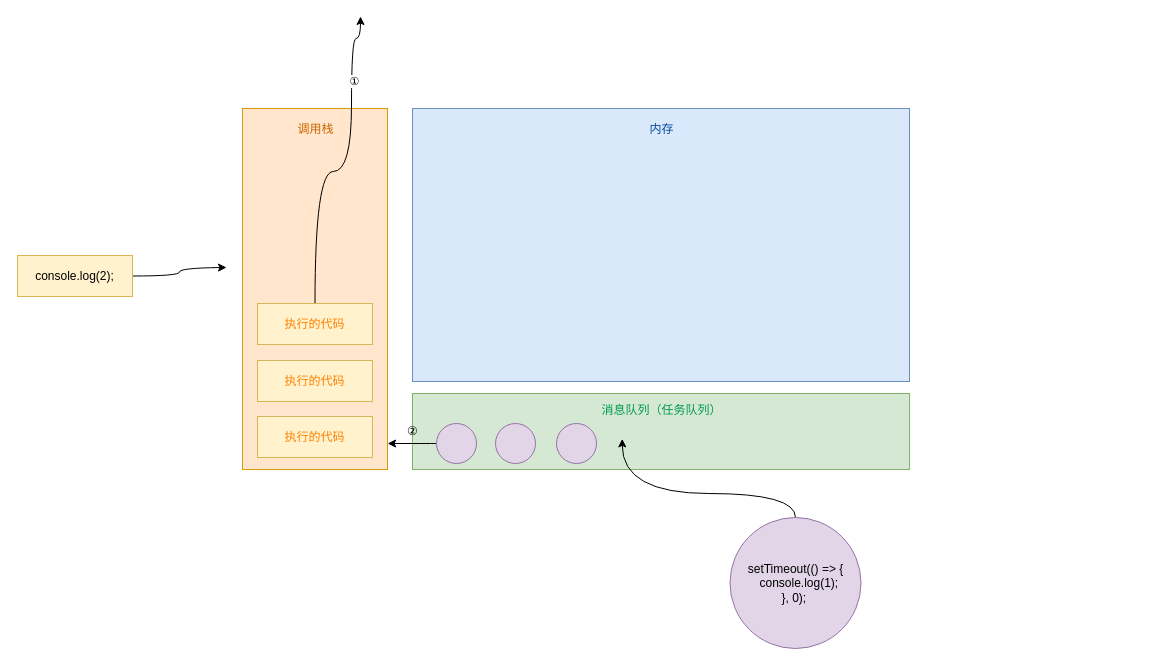
Earlier version of the draw.io diagram javascript/事件循环.drawio (WeiXinao/diagram). Source tidied: cells renumbered, new cells numbered last; positions are measured from the earlier drawing's top-left corner, leaving out a move shared by most shapes. Both pictures are drawn from the tidied source at 100%, with x=0, y=0 at pixel (17, 16).
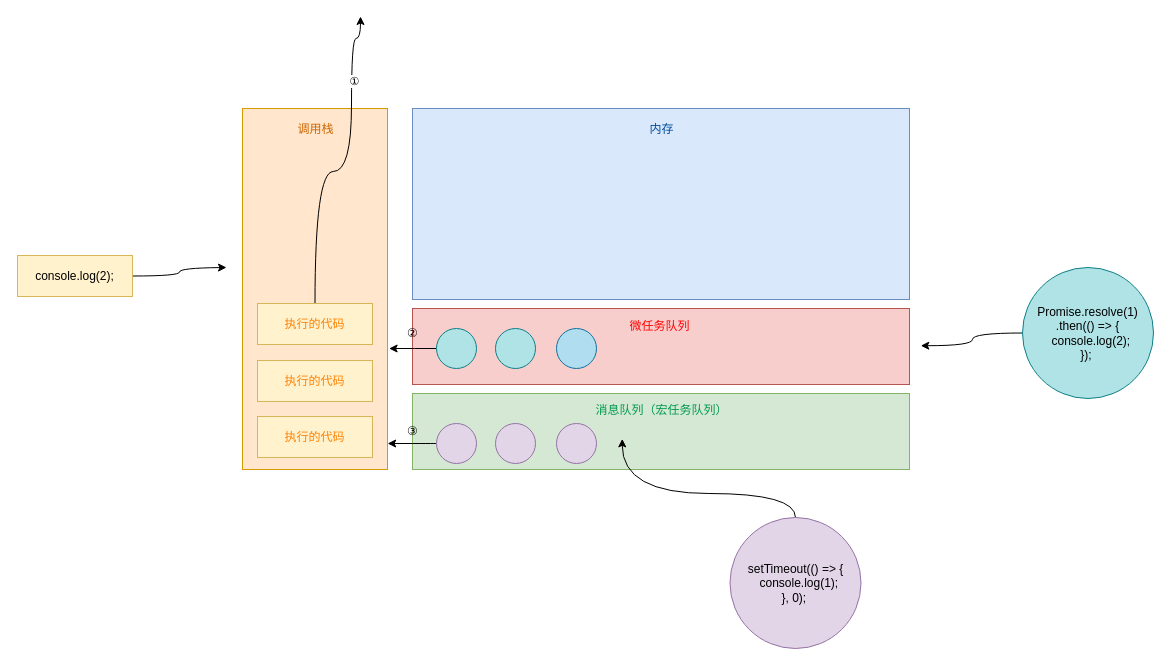
The same diagram, later.

Commit message (it also covers changes not shown here):
更新事件循环.drawio

Diff of the diagram source:
```diff
@@
     <mxCell id="4" style="whiteSpace=wrap;html=1;fillColor=#dae8fc;strokeColor=#6c8ebf;" parent="1" vertex="1">
-      <mxGeometry x="395" y="92" width="497" height="273" as="geometry" />
+      <mxGeometry x="395" y="92" width="497" height="191" as="geometry" />
     </mxCell>
@@
-    <mxCell id="12" value="消息队列（任务队列）" style="text;html=1;align=center;verticalAlign=middle;strokeColor=none;fillColor=none;fontColor=#00994D;" parent="1" vertex="1">
-      <mxGeometry x="574.5" y="381" width="138" height="26" as="geometry" />
+    <mxCell id="12" value="消息队列（宏任务队列）" style="text;html=1;align=center;verticalAlign=middle;strokeColor=none;fillColor=none;fontColor=#00994D;" parent="1" vertex="1">
+      <mxGeometry x="568.5" y="381" width="150" height="26" as="geometry" />
     </mxCell>
@@
-    <mxCell id="17" value="②" style="text;strokeColor=none;align=center;fillColor=none;html=1;verticalAlign=middle;whiteSpace=wrap;rounded=0;" parent="1" vertex="1">
+    <mxCell id="17" value="③" style="text;strokeColor=none;align=center;fillColor=none;html=1;verticalAlign=middle;whiteSpace=wrap;rounded=0;" parent="1" vertex="1">
       <mxGeometry x="377" y="403.5" width="37" height="23" as="geometry" />
     </mxCell>
@@
+    <mxCell id="22" style="whiteSpace=wrap;html=1;fillColor=#f8cecc;strokeColor=#b85450;" parent="1" vertex="1">
+      <mxGeometry x="395" y="292" width="497" height="76" as="geometry" />
+    </mxCell>
+    <mxCell id="23" value="微任务队列" style="text;html=1;align=center;verticalAlign=middle;strokeColor=none;fillColor=none;fontColor=#FF0000;" parent="1" vertex="1">
+      <mxGeometry x="603" y="297" width="78" height="26" as="geometry" />
+    </mxCell>
+    <mxCell id="24" style="edgeStyle=orthogonalEdgeStyle;curved=1;rounded=0;jettySize=auto;html=1;" parent="1" edge="1" source="25">
+      <mxGeometry relative="1" as="geometry">
+        <mxPoint x="371.6" y="332" as="targetPoint" />
+      </mxGeometry>
+    </mxCell>
+    <mxCell id="25" style="ellipse;whiteSpace=wrap;html=1;fillColor=#b0e3e6;strokeColor=#0e8088;" parent="1" vertex="1">
+      <mxGeometry x="419" y="312" width="40" height="40" as="geometry" />
+    </mxCell>
+    <mxCell id="26" style="ellipse;whiteSpace=wrap;html=1;fillColor=#b0e3e6;strokeColor=#0e8088;" parent="1" vertex="1">
+      <mxGeometry x="478" y="312" width="40" height="40" as="geometry" />
+    </mxCell>
+    <mxCell id="27" style="ellipse;whiteSpace=wrap;html=1;fillColor=#b1ddf0;strokeColor=#10739e;" parent="1" vertex="1">
+      <mxGeometry x="539" y="312" width="40" height="40" as="geometry" />
+    </mxCell>
+    <mxCell id="28" value="②" style="text;strokeColor=none;align=center;fillColor=none;html=1;verticalAlign=middle;whiteSpace=wrap;rounded=0;" parent="1" vertex="1">
+      <mxGeometry x="377" y="305" width="37" height="23" as="geometry" />
+    </mxCell>
+    <mxCell id="29" style="edgeStyle=orthogonalEdgeStyle;curved=1;rounded=0;jettySize=auto;html=1;" parent="1" edge="1" source="30">
+      <mxGeometry relative="1" as="geometry">
+        <mxPoint x="903.3" y="329.2" as="targetPoint" />
+        <Array as="points">
+          <mxPoint x="955" y="316" />
+          <mxPoint x="955" y="329" />
+        </Array>
+      </mxGeometry>
+    </mxCell>
+    <mxCell id="30" value="&lt;div&gt;Promise.resolve(1)&lt;/div&gt;&lt;div&gt;.then(() =&amp;gt; {&lt;/div&gt;&lt;div&gt;&amp;nbsp; console.log(2);&lt;/div&gt;&lt;div&gt;});&lt;span style=&quot;background-color: initial;&quot;&gt;&amp;nbsp;&lt;/span&gt;&lt;/div&gt;" style="ellipse;whiteSpace=wrap;html=1;fillColor=#b0e3e6;strokeColor=#0e8088;" parent="1" vertex="1">
+      <mxGeometry x="1005" y="251" width="131" height="131" as="geometry" />
+    </mxCell>
```
